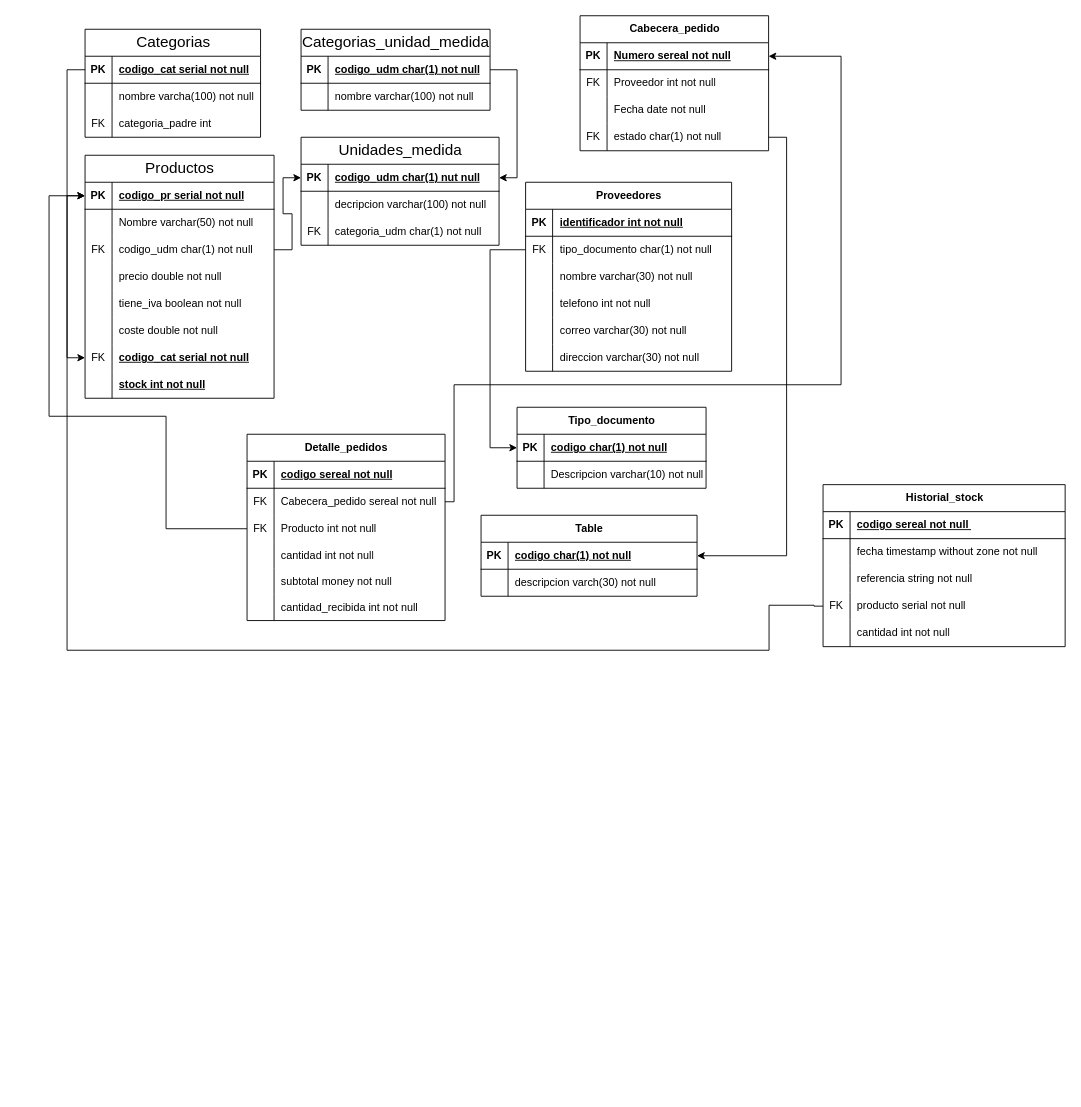
Before: DDF/inventario.drawio in JoseAndresVR/Mod3, a draw.io diagram. Source tidied: cells renumbered, new cells numbered last; positions are measured from the earlier drawing's top-left corner, leaving out a move shared by most shapes. Both pictures are drawn from the tidied source at 90%, with x=0, y=0 at pixel (49, 15).
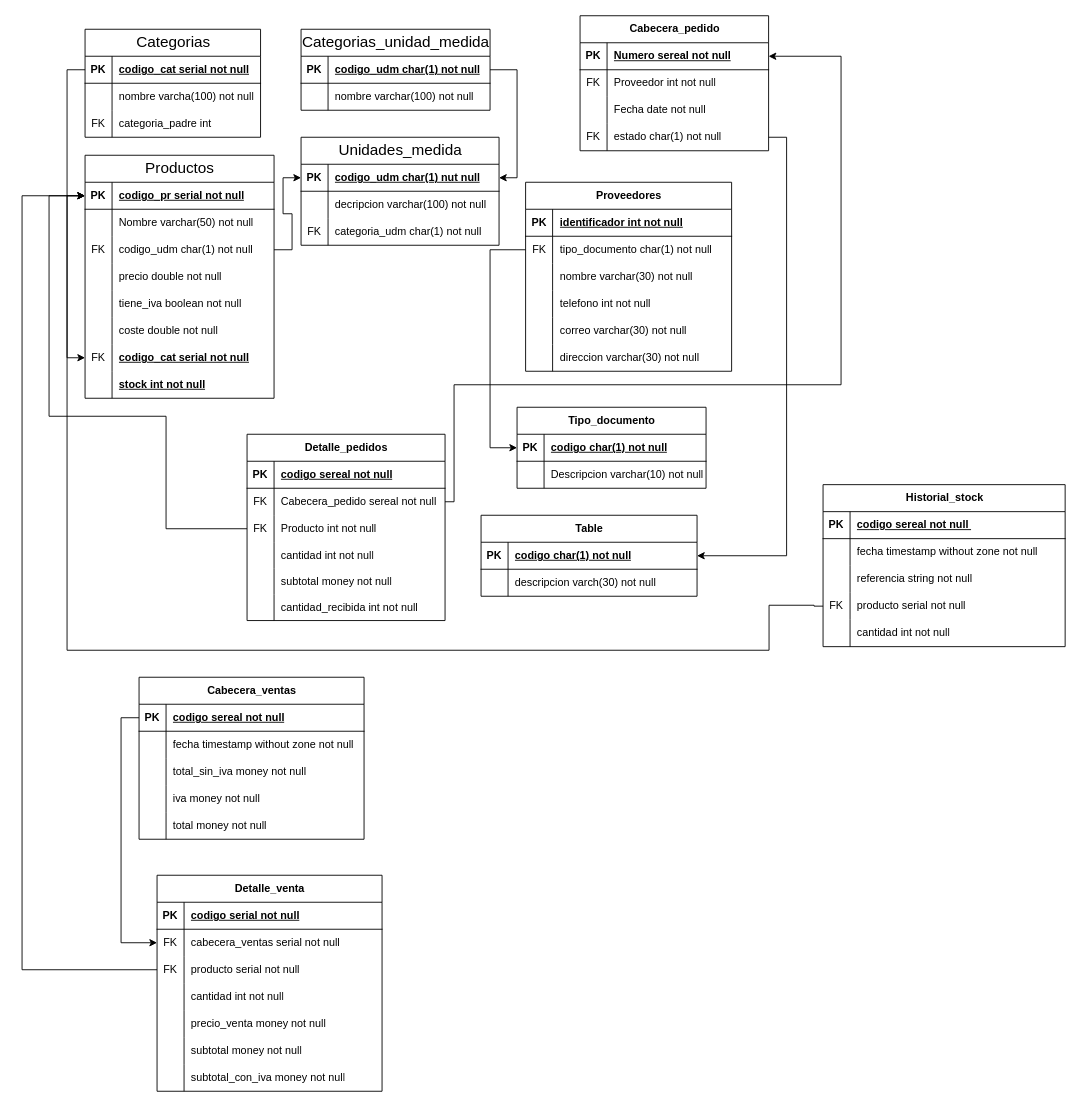
The same page after the edit.

Unchanged cells that the change refers to:
```xml
<mxCell id="30" style="shape=tableRow;horizontal=0;startSize=0;swimlaneHead=0;swimlaneBody=0;fillColor=none;points=[[0,0.5],[1,0.5]];portConstraint=eastwest;top=0;left=0;right=0;bottom=1;" parent="29" vertex="1">
  <mxGeometry y="30" width="210" height="30" as="geometry" />
</mxCell>
```

What changed in the source:
```diff
@@
+    <mxCell id="143" value="Cabecera_ventas" style="shape=table;startSize=30;childLayout=tableLayout;rowLines=0;fontStyle=1;align=center;html=1;" parent="1" vertex="1">
+      <mxGeometry x="100" y="735" width="250" height="180" as="geometry" />
+    </mxCell>
+    <mxCell id="144" style="shape=tableRow;horizontal=0;startSize=0;swimlaneHead=0;swimlaneBody=0;fillColor=none;points=[[0,0.5],[1,0.5]];portConstraint=eastwest;top=0;left=0;right=0;bottom=1;" parent="143" vertex="1">
+      <mxGeometry y="30" width="250" height="30" as="geometry" />
+    </mxCell>
+    <mxCell id="145" value="PK" style="shape=partialRectangle;fillColor=none;top=0;left=0;bottom=0;right=0;fontStyle=1;overflow=hidden;whiteSpace=wrap;html=1;" parent="144" vertex="1">
+      <mxGeometry width="30" height="30" as="geometry" />
+    </mxCell>
+    <mxCell id="146" value="codigo sereal not null" style="shape=partialRectangle;fillColor=none;top=0;left=0;bottom=0;right=0;align=left;spacingLeft=6;fontStyle=5;overflow=hidden;whiteSpace=wrap;html=1;" parent="144" vertex="1">
+      <mxGeometry x="30" width="220" height="30" as="geometry" />
+    </mxCell>
+    <mxCell id="147" style="shape=tableRow;horizontal=0;startSize=0;swimlaneHead=0;swimlaneBody=0;fillColor=none;top=0;left=0;right=0;bottom=0;" parent="143" vertex="1">
+      <mxGeometry y="60" width="250" height="30" as="geometry" />
+    </mxCell>
+    <mxCell id="148" style="shape=partialRectangle;fillColor=none;top=0;left=0;bottom=0;right=0;overflow=hidden;whiteSpace=wrap;html=1;" parent="147" vertex="1">
+      <mxGeometry width="30" height="30" as="geometry" />
+    </mxCell>
+    <mxCell id="149" value="fecha timestamp without zone not null" style="shape=partialRectangle;fillColor=none;top=0;left=0;bottom=0;right=0;align=left;spacingLeft=6;overflow=hidden;whiteSpace=wrap;html=1;" parent="147" vertex="1">
+      <mxGeometry x="30" width="220" height="30" as="geometry" />
+    </mxCell>
+    <mxCell id="150" style="shape=tableRow;horizontal=0;startSize=0;swimlaneHead=0;swimlaneBody=0;fillColor=none;top=0;left=0;right=0;bottom=0;" parent="143" vertex="1">
+      <mxGeometry y="90" width="250" height="30" as="geometry" />
+    </mxCell>
+    <mxCell id="151" style="shape=partialRectangle;fillColor=none;top=0;left=0;bottom=0;right=0;overflow=hidden;whiteSpace=wrap;html=1;" parent="150" vertex="1">
+      <mxGeometry width="30" height="30" as="geometry" />
+    </mxCell>
+    <mxCell id="152" value="total_sin_iva money not null" style="shape=partialRectangle;fillColor=none;top=0;left=0;bottom=0;right=0;align=left;spacingLeft=6;overflow=hidden;whiteSpace=wrap;html=1;" parent="150" vertex="1">
+      <mxGeometry x="30" width="220" height="30" as="geometry" />
+    </mxCell>
+    <mxCell id="153" style="shape=tableRow;horizontal=0;startSize=0;swimlaneHead=0;swimlaneBody=0;fillColor=none;top=0;left=0;right=0;bottom=0;" parent="143" vertex="1">
+      <mxGeometry y="120" width="250" height="30" as="geometry" />
+    </mxCell>
+    <mxCell id="154" style="shape=partialRectangle;fillColor=none;top=0;left=0;bottom=0;right=0;overflow=hidden;whiteSpace=wrap;html=1;" parent="153" vertex="1">
+      <mxGeometry width="30" height="30" as="geometry" />
+    </mxCell>
+    <mxCell id="155" value="iva money not null" style="shape=partialRectangle;fillColor=none;top=0;left=0;bottom=0;right=0;align=left;spacingLeft=6;overflow=hidden;whiteSpace=wrap;html=1;" parent="153" vertex="1">
+      <mxGeometry x="30" width="220" height="30" as="geometry" />
+    </mxCell>
+    <mxCell id="156" style="shape=tableRow;horizontal=0;startSize=0;swimlaneHead=0;swimlaneBody=0;fillColor=none;top=0;left=0;right=0;bottom=0;" parent="143" vertex="1">
+      <mxGeometry y="150" width="250" height="30" as="geometry" />
+    </mxCell>
+    <mxCell id="157" style="shape=partialRectangle;fillColor=none;top=0;left=0;bottom=0;right=0;overflow=hidden;whiteSpace=wrap;html=1;" parent="156" vertex="1">
+      <mxGeometry width="30" height="30" as="geometry" />
+    </mxCell>
+    <mxCell id="158" value="total money not null" style="shape=partialRectangle;fillColor=none;top=0;left=0;bottom=0;right=0;align=left;spacingLeft=6;overflow=hidden;whiteSpace=wrap;html=1;" parent="156" vertex="1">
+      <mxGeometry x="30" width="220" height="30" as="geometry" />
+    </mxCell>
+    <mxCell id="159" value="Detalle_venta" style="shape=table;startSize=30;childLayout=tableLayout;rowLines=0;fontStyle=1;align=center;html=1;" parent="1" vertex="1">
+      <mxGeometry x="120" y="955" width="250" height="240" as="geometry" />
+    </mxCell>
+    <mxCell id="160" style="shape=tableRow;horizontal=0;startSize=0;swimlaneHead=0;swimlaneBody=0;fillColor=none;top=0;left=0;right=0;bottom=1;" parent="159" vertex="1">
+      <mxGeometry y="30" width="250" height="30" as="geometry" />
+    </mxCell>
+    <mxCell id="161" value="PK" style="shape=partialRectangle;fillColor=none;top=0;left=0;bottom=0;right=0;fontStyle=1;overflow=hidden;whiteSpace=wrap;html=1;" parent="160" vertex="1">
+      <mxGeometry width="30" height="30" as="geometry" />
+    </mxCell>
+    <mxCell id="162" value="codigo serial not null" style="shape=partialRectangle;fillColor=none;top=0;left=0;bottom=0;right=0;align=left;spacingLeft=6;fontStyle=5;overflow=hidden;whiteSpace=wrap;html=1;" parent="160" vertex="1">
+      <mxGeometry x="30" width="220" height="30" as="geometry" />
+    </mxCell>
+    <mxCell id="163" style="shape=tableRow;horizontal=0;startSize=0;swimlaneHead=0;swimlaneBody=0;fillColor=none;points=[[0,0.5],[1,0.5]];portConstraint=eastwest;top=0;left=0;right=0;bottom=0;" parent="159" vertex="1">
+      <mxGeometry y="60" width="250" height="30" as="geometry" />
+    </mxCell>
+    <mxCell id="164" value="FK" style="shape=partialRectangle;fillColor=none;top=0;left=0;bottom=0;right=0;overflow=hidden;whiteSpace=wrap;html=1;" parent="163" vertex="1">
+      <mxGeometry width="30" height="30" as="geometry" />
+    </mxCell>
+    <mxCell id="165" value="cabecera_ventas serial not null" style="shape=partialRectangle;fillColor=none;top=0;left=0;bottom=0;right=0;align=left;spacingLeft=6;overflow=hidden;whiteSpace=wrap;html=1;" parent="163" vertex="1">
+      <mxGeometry x="30" width="220" height="30" as="geometry" />
+    </mxCell>
+    <mxCell id="166" style="shape=tableRow;horizontal=0;startSize=0;swimlaneHead=0;swimlaneBody=0;fillColor=none;points=[[0,0.5],[1,0.5]];portConstraint=eastwest;top=0;left=0;right=0;bottom=0;" parent="159" vertex="1">
+      <mxGeometry y="90" width="250" height="30" as="geometry" />
+    </mxCell>
+    <mxCell id="167" value="FK" style="shape=partialRectangle;fillColor=none;top=0;left=0;bottom=0;right=0;overflow=hidden;whiteSpace=wrap;html=1;" parent="166" vertex="1">
+      <mxGeometry width="30" height="30" as="geometry" />
+    </mxCell>
+    <mxCell id="168" value="producto serial not null" style="shape=partialRectangle;fillColor=none;top=0;left=0;bottom=0;right=0;align=left;spacingLeft=6;overflow=hidden;whiteSpace=wrap;html=1;" parent="166" vertex="1">
+      <mxGeometry x="30" width="220" height="30" as="geometry" />
+    </mxCell>
+    <mxCell id="169" style="shape=tableRow;horizontal=0;startSize=0;swimlaneHead=0;swimlaneBody=0;fillColor=none;top=0;left=0;right=0;bottom=0;" parent="159" vertex="1">
+      <mxGeometry y="120" width="250" height="30" as="geometry" />
+    </mxCell>
+    <mxCell id="170" style="shape=partialRectangle;fillColor=none;top=0;left=0;bottom=0;right=0;overflow=hidden;whiteSpace=wrap;html=1;" parent="169" vertex="1">
+      <mxGeometry width="30" height="30" as="geometry" />
+    </mxCell>
+    <mxCell id="171" value="cantidad int not null" style="shape=partialRectangle;fillColor=none;top=0;left=0;bottom=0;right=0;align=left;spacingLeft=6;overflow=hidden;whiteSpace=wrap;html=1;" parent="169" vertex="1">
+      <mxGeometry x="30" width="220" height="30" as="geometry" />
+    </mxCell>
+    <mxCell id="172" style="shape=tableRow;horizontal=0;startSize=0;swimlaneHead=0;swimlaneBody=0;fillColor=none;top=0;left=0;right=0;bottom=0;" parent="159" vertex="1">
+      <mxGeometry y="150" width="250" height="30" as="geometry" />
+    </mxCell>
+    <mxCell id="173" style="shape=partialRectangle;fillColor=none;top=0;left=0;bottom=0;right=0;overflow=hidden;whiteSpace=wrap;html=1;" parent="172" vertex="1">
+      <mxGeometry width="30" height="30" as="geometry" />
+    </mxCell>
+    <mxCell id="174" value="precio_venta money not null" style="shape=partialRectangle;fillColor=none;top=0;left=0;bottom=0;right=0;align=left;spacingLeft=6;overflow=hidden;whiteSpace=wrap;html=1;" parent="172" vertex="1">
+      <mxGeometry x="30" width="220" height="30" as="geometry" />
+    </mxCell>
+    <mxCell id="175" style="shape=tableRow;horizontal=0;startSize=0;swimlaneHead=0;swimlaneBody=0;fillColor=none;top=0;left=0;right=0;bottom=0;" parent="159" vertex="1">
+      <mxGeometry y="180" width="250" height="30" as="geometry" />
+    </mxCell>
+    <mxCell id="176" style="shape=partialRectangle;fillColor=none;top=0;left=0;bottom=0;right=0;overflow=hidden;whiteSpace=wrap;html=1;" parent="175" vertex="1">
+      <mxGeometry width="30" height="30" as="geometry" />
+    </mxCell>
+    <mxCell id="177" value="subtotal money not null" style="shape=partialRectangle;fillColor=none;top=0;left=0;bottom=0;right=0;align=left;spacingLeft=6;overflow=hidden;whiteSpace=wrap;html=1;" parent="175" vertex="1">
+      <mxGeometry x="30" width="220" height="30" as="geometry" />
+    </mxCell>
+    <mxCell id="178" style="shape=tableRow;horizontal=0;startSize=0;swimlaneHead=0;swimlaneBody=0;fillColor=none;top=0;left=0;right=0;bottom=0;" parent="159" vertex="1">
+      <mxGeometry y="210" width="250" height="30" as="geometry" />
+    </mxCell>
+    <mxCell id="179" style="shape=partialRectangle;fillColor=none;top=0;left=0;bottom=0;right=0;overflow=hidden;whiteSpace=wrap;html=1;" parent="178" vertex="1">
+      <mxGeometry width="30" height="30" as="geometry" />
+    </mxCell>
+    <mxCell id="180" value="subtotal_con_iva money not null" style="shape=partialRectangle;fillColor=none;top=0;left=0;bottom=0;right=0;align=left;spacingLeft=6;overflow=hidden;whiteSpace=wrap;html=1;" parent="178" vertex="1">
+      <mxGeometry x="30" width="220" height="30" as="geometry" />
+    </mxCell>
+    <mxCell id="181" style="edgeStyle=orthogonalEdgeStyle;rounded=0;jettySize=auto;html=1;exitX=0;exitY=0.5;exitDx=0;exitDy=0;entryX=0;entryY=0.5;entryDx=0;entryDy=0;" parent="1" edge="1" source="144" target="163">
+      <mxGeometry relative="1" as="geometry" />
+    </mxCell>
+    <mxCell id="182" style="edgeStyle=orthogonalEdgeStyle;rounded=0;jettySize=auto;html=1;exitX=0;exitY=0.5;exitDx=0;exitDy=0;entryX=0;entryY=0.5;entryDx=0;entryDy=0;" parent="1" edge="1" source="166" target="30">
+      <mxGeometry relative="1" as="geometry">
+        <Array as="points">
+          <mxPoint x="-30" y="1060" />
+          <mxPoint x="-30" y="200" />
+        </Array>
+      </mxGeometry>
+    </mxCell>
```
